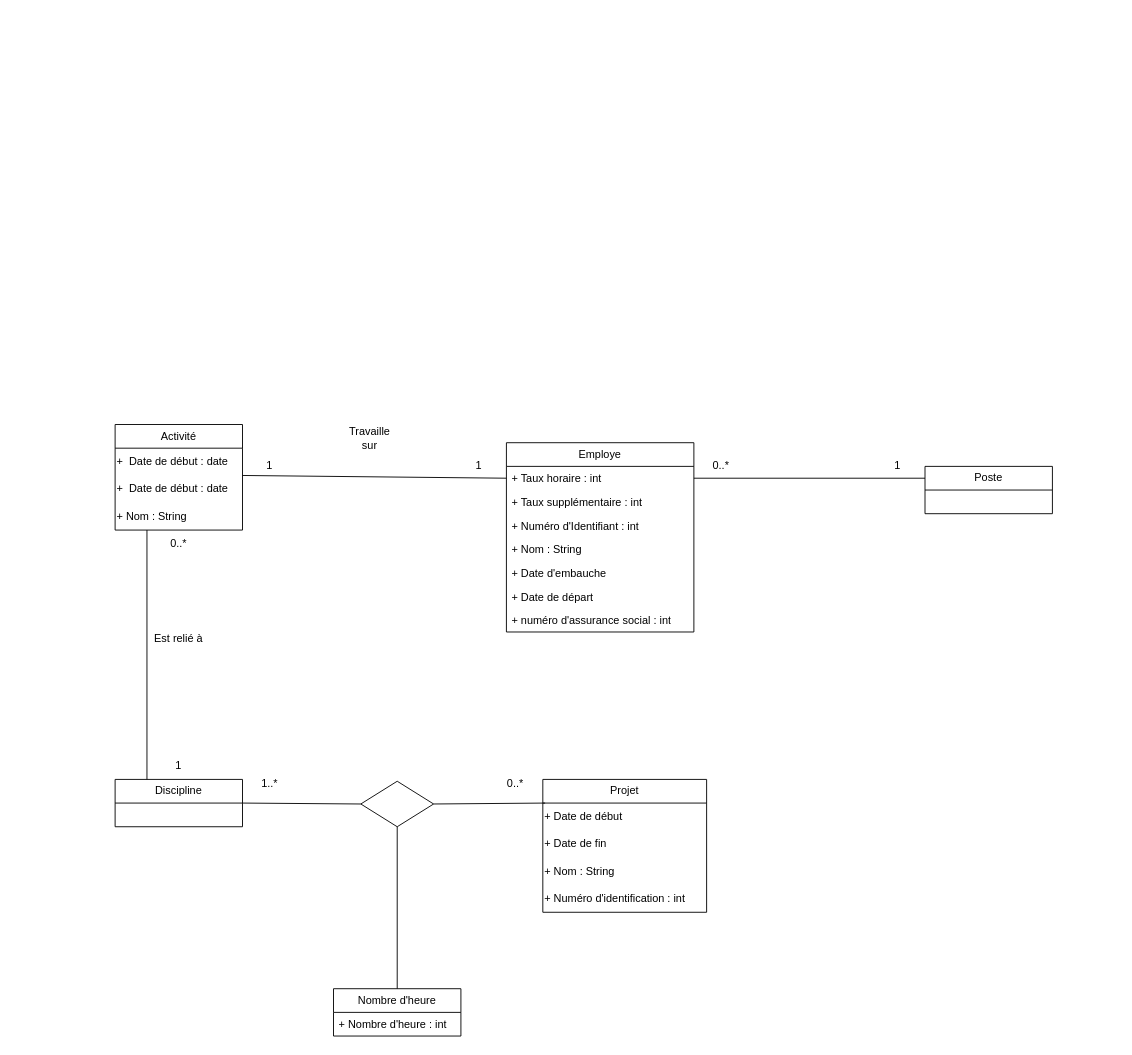
Before: page "Diagramme de classe" (2 of 5) of Untitled Diagram.drawio in Lacolombenoire/Projet-modelisation-objet, a draw.io diagram. Source tidied: cells renumbered, new cells numbered last; positions are measured from the earlier drawing's top-left corner, leaving out a move shared by most shapes. Both pictures are drawn from the tidied source at 91%, with x=0, y=0 at pixel (115, 424).
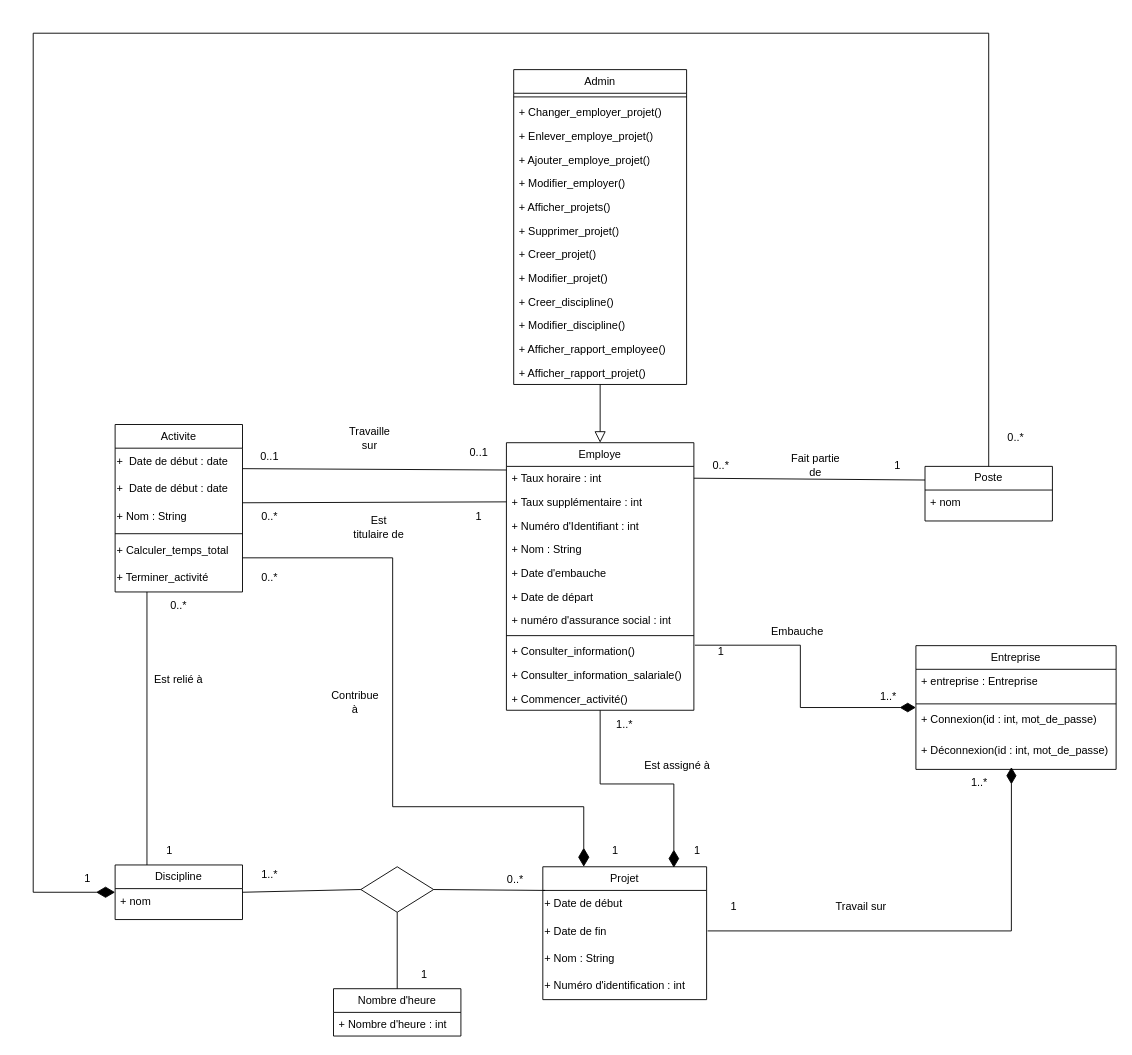
The same diagram, later.

The change refers to these unchanged cells:
```xml
<mxCell id="3" value="+&amp;nbsp; Date de début : date" style="text;html=1;align=left;verticalAlign=middle;whiteSpace=wrap;rounded=0;" parent="2" vertex="1">
  <mxGeometry y="26" width="140" height="30" as="geometry" />
</mxCell>
<mxCell id="4" value="+&amp;nbsp; Date de début : date" style="text;html=1;align=left;verticalAlign=middle;whiteSpace=wrap;rounded=0;" parent="2" vertex="1">
  <mxGeometry y="56" width="140" height="30" as="geometry" />
</mxCell>
<mxCell id="5" value="+ Nom : String" style="text;html=1;align=left;verticalAlign=middle;whiteSpace=wrap;rounded=0;" parent="2" vertex="1">
  <mxGeometry y="86" width="140" height="30" as="geometry" />
</mxCell>
<mxCell id="7" value="+ Taux horaire : int" style="text;strokeColor=none;fillColor=none;align=left;verticalAlign=top;spacingLeft=4;spacingRight=4;overflow=hidden;points=[[0,0.5],[1,0.5]];portConstraint=eastwest;whiteSpace=wrap;html=1;" parent="6" vertex="1">
  <mxGeometry y="26" width="206" height="26" as="geometry" />
</mxCell>
<mxCell id="8" value="+ Taux supplémentaire : int" style="text;strokeColor=none;fillColor=none;align=left;verticalAlign=top;spacingLeft=4;spacingRight=4;overflow=hidden;points=[[0,0.5],[1,0.5]];portConstraint=eastwest;whiteSpace=wrap;html=1;" parent="6" vertex="1">
  <mxGeometry y="52" width="206" height="26" as="geometry" />
</mxCell>
<mxCell id="25" value="+ Date de fin" style="text;html=1;align=left;verticalAlign=middle;points=[];strokeColor=none;fillColor=none;" parent="23" vertex="1">
  <mxGeometry y="56" width="180" height="30" as="geometry" />
</mxCell>
```

Change to the diagram source:
```diff
@@
-    <mxCell id="2" value="Activité" style="swimlane;fontStyle=0;horizontal=1;startSize=26;fillColor=none;whiteSpace=wrap;html=1;" parent="1" vertex="1">
-      <mxGeometry width="140" height="116" as="geometry" />
+    <mxCell id="2" value="Activite" style="swimlane;fontStyle=0;horizontal=1;startSize=26;fillColor=none;whiteSpace=wrap;html=1;" parent="1" vertex="1">
+      <mxGeometry width="140" height="184" as="geometry" />
     </mxCell>
@@
+    <mxCell id="40" style="line;strokeWidth=1;fillColor=none;align=left;verticalAlign=middle;spacingTop=-1;spacingLeft=3;spacingRight=3;labelPosition=right;strokeColor=inherit;" parent="2" vertex="1">
+      <mxGeometry y="116" width="140" height="8" as="geometry" />
+    </mxCell>
+    <mxCell id="41" value="+ Calculer_temps_total" style="text;html=1;align=left;verticalAlign=middle;whiteSpace=wrap;rounded=0;" parent="2" vertex="1">
+      <mxGeometry y="124" width="140" height="30" as="geometry" />
+    </mxCell>
+    <mxCell id="42" value="+ Terminer_activité" style="text;html=1;align=left;verticalAlign=middle;whiteSpace=wrap;rounded=0;" parent="2" vertex="1">
+      <mxGeometry y="154" width="140" height="30" as="geometry" />
+    </mxCell>
+    <mxCell id="43" style="edgeStyle=orthogonalEdgeStyle;rounded=0;jettySize=auto;html=1;entryX=0.8;entryY=0.007;entryDx=0;entryDy=0;entryPerimeter=0;endArrow=diamondThin;endFill=1;startSize=6;endSize=17;" parent="1" edge="1" source="6" target="23">
+      <mxGeometry relative="1" as="geometry" />
+    </mxCell>
     <mxCell id="6" value="Employe" style="swimlane;fontStyle=0;horizontal=1;startSize=26;fillColor=none;whiteSpace=wrap;html=1;" parent="1" vertex="1">
-      <mxGeometry x="430" y="20" width="206" height="208" as="geometry" />
+      <mxGeometry x="430" y="20" width="206" height="294" as="geometry" />
     </mxCell>
@@
+    <mxCell id="44" style="line;strokeWidth=1;fillColor=none;align=left;verticalAlign=middle;spacingTop=-1;spacingLeft=3;spacingRight=3;labelPosition=right;strokeColor=inherit;" parent="6" vertex="1">
+      <mxGeometry y="208" width="206" height="8" as="geometry" />
+    </mxCell>
+    <mxCell id="45" value="+ Consulter_information()" style="text;strokeColor=none;fillColor=none;align=left;verticalAlign=top;spacingLeft=4;spacingRight=4;overflow=hidden;points=[[0,0.5],[1,0.5]];portConstraint=eastwest;whiteSpace=wrap;html=1;" parent="6" vertex="1">
+      <mxGeometry y="216" width="206" height="26" as="geometry" />
+    </mxCell>
+    <mxCell id="46" value="+ Consulter_information_salariale()" style="text;strokeColor=none;fillColor=none;align=left;verticalAlign=top;spacingLeft=4;spacingRight=4;overflow=hidden;whiteSpace=wrap;html=1;" parent="6" vertex="1">
+      <mxGeometry y="242" width="206" height="26" as="geometry" />
+    </mxCell>
+    <mxCell id="47" value="+ Commencer_activité()" style="text;strokeColor=none;fillColor=none;align=left;verticalAlign=top;spacingLeft=4;spacingRight=4;overflow=hidden;whiteSpace=wrap;html=1;" parent="6" vertex="1">
+      <mxGeometry y="268" width="206" height="26" as="geometry" />
+    </mxCell>
-    <mxCell id="14" style="endArrow=none;html=1;rounded=0;entryX=0;entryY=0.5;entryDx=0;entryDy=0;exitX=1;exitY=0;exitDx=0;exitDy=0;" parent="1" edge="1" source="4" target="7">
+    <mxCell id="14" style="endArrow=none;html=1;rounded=0;exitX=1;exitY=0.75;exitDx=0;exitDy=0;entryX=0;entryY=0.154;entryDx=0;entryDy=0;entryPerimeter=0;" parent="1" edge="1" source="3" target="7">
       <mxGeometry relative="1" as="geometry" />
     </mxCell>
-    <mxCell id="15" value="1" style="text;html=1;align=center;verticalAlign=middle;whiteSpace=wrap;rounded=0;" parent="1" vertex="1">
-      <mxGeometry x="140" y="30" width="60" height="30" as="geometry" />
+    <mxCell id="15" value="0..1" style="text;html=1;align=center;verticalAlign=middle;whiteSpace=wrap;rounded=0;" parent="1" vertex="1">
+      <mxGeometry x="140" y="20" width="60" height="30" as="geometry" />
     </mxCell>
-    <mxCell id="16" value="1" style="text;html=1;align=center;verticalAlign=middle;whiteSpace=wrap;rounded=0;" parent="1" vertex="1">
-      <mxGeometry x="370" y="30" width="60" height="30" as="geometry" />
+    <mxCell id="16" value="0..1" style="text;html=1;align=center;verticalAlign=middle;whiteSpace=wrap;rounded=0;" parent="1" vertex="1">
+      <mxGeometry x="370" y="16" width="60" height="30" as="geometry" />
     </mxCell>
@@
     <mxCell id="18" value="Discipline" style="swimlane;fontStyle=0;horizontal=1;startSize=26;fillColor=none;whiteSpace=wrap;html=1;" parent="1" vertex="1">
-      <mxGeometry y="390" width="140" height="52" as="geometry" />
+      <mxGeometry y="484" width="140" height="60" as="geometry" />
     </mxCell>
+    <mxCell id="48" value="+ nom" style="text;strokeColor=none;fillColor=none;align=left;verticalAlign=top;spacingLeft=4;spacingRight=4;overflow=hidden;whiteSpace=wrap;html=1;" parent="18" vertex="1">
+      <mxGeometry y="26" width="140" height="34" as="geometry" />
+    </mxCell>
-    <mxCell id="19" style="endArrow=none;html=1;rounded=0;entryX=0.25;entryY=1;entryDx=0;entryDy=0;exitX=0.25;exitY=0;exitDx=0;exitDy=0;" parent="1" edge="1" source="18" target="5">
+    <mxCell id="19" style="endArrow=none;html=1;rounded=0;entryX=0.25;entryY=1;entryDx=0;entryDy=0;exitX=0.25;exitY=0;exitDx=0;exitDy=0;" parent="1" edge="1" source="18" target="42">
       <mxGeometry relative="1" as="geometry" />
     </mxCell>
     <mxCell id="20" value="0..*" style="text;html=1;align=center;verticalAlign=middle;whiteSpace=wrap;rounded=0;" parent="1" vertex="1">
-      <mxGeometry x="40" y="116" width="60" height="30" as="geometry" />
+      <mxGeometry x="40" y="184" width="60" height="30" as="geometry" />
     </mxCell>
     <mxCell id="21" value="1" style="text;html=1;align=center;verticalAlign=middle;whiteSpace=wrap;rounded=0;" parent="1" vertex="1">
-      <mxGeometry x="40" y="360" width="60" height="30" as="geometry" />
+      <mxGeometry x="30" y="454" width="60" height="30" as="geometry" />
     </mxCell>
     <mxCell id="22" value="Est relié à" style="text;html=1;align=center;verticalAlign=middle;whiteSpace=wrap;rounded=0;" parent="1" vertex="1">
-      <mxGeometry x="40" y="220" width="60" height="30" as="geometry" />
+      <mxGeometry x="40" y="265" width="60" height="30" as="geometry" />
     </mxCell>
+    <mxCell id="49" style="edgeStyle=orthogonalEdgeStyle;rounded=0;jettySize=auto;html=1;endArrow=none;endFill=0;startArrow=diamondThin;startFill=1;startSize=18;entryX=1;entryY=0.75;entryDx=0;entryDy=0;exitX=0.25;exitY=0;exitDx=0;exitDy=0;" parent="1" edge="1" source="23" target="41">
+      <mxGeometry relative="1" as="geometry">
+        <Array as="points">
+          <mxPoint x="515" y="420" />
+          <mxPoint x="305" y="420" />
+          <mxPoint x="305" y="147" />
+        </Array>
+      </mxGeometry>
+    </mxCell>
     <mxCell id="23" value="Projet" style="swimlane;fontStyle=0;horizontal=1;startSize=26;fillColor=none;whiteSpace=wrap;html=1;" parent="1" vertex="1">
-      <mxGeometry x="470" y="390" width="180" height="146" as="geometry" />
+      <mxGeometry x="470" y="486" width="180" height="146" as="geometry" />
     </mxCell>
@@
     <mxCell id="28" value="1..*" style="text;html=1;align=center;verticalAlign=middle;whiteSpace=wrap;rounded=0;" parent="1" vertex="1">
-      <mxGeometry x="140" y="380" width="60" height="30" as="geometry" />
+      <mxGeometry x="140" y="480" width="60" height="30" as="geometry" />
     </mxCell>
     <mxCell id="29" value="0..*" style="text;html=1;align=center;verticalAlign=middle;whiteSpace=wrap;rounded=0;" parent="1" vertex="1">
-      <mxGeometry x="410" y="380" width="60" height="30" as="geometry" />
+      <mxGeometry x="410" y="485" width="60" height="30" as="geometry" />
     </mxCell>
@@
     <mxCell id="33" style="rhombus;whiteSpace=wrap;html=1;" parent="1" vertex="1">
-      <mxGeometry x="270" y="392" width="80" height="50" as="geometry" />
+      <mxGeometry x="270" y="486" width="80" height="50" as="geometry" />
     </mxCell>
@@
     <mxCell id="36" value="Poste" style="swimlane;fontStyle=0;horizontal=1;startSize=26;fillColor=none;whiteSpace=wrap;html=1;" parent="1" vertex="1">
-      <mxGeometry x="890" y="46" width="140" height="52" as="geometry" />
+      <mxGeometry x="890" y="46" width="140" height="60" as="geometry" />
     </mxCell>
+    <mxCell id="50" value="+ nom" style="text;strokeColor=none;fillColor=none;align=left;verticalAlign=top;spacingLeft=4;spacingRight=4;overflow=hidden;whiteSpace=wrap;html=1;" parent="36" vertex="1">
+      <mxGeometry y="26" width="140" height="34" as="geometry" />
+    </mxCell>
@@
+    <mxCell id="51" style="endArrow=none;html=1;rounded=0;entryX=0;entryY=0.5;entryDx=0;entryDy=0;exitX=1;exitY=1;exitDx=0;exitDy=0;" parent="1" edge="1" source="4" target="8">
+      <mxGeometry relative="1" as="geometry" />
+    </mxCell>
+    <mxCell id="52" value="0..*" style="text;html=1;align=center;verticalAlign=middle;whiteSpace=wrap;rounded=0;" parent="1" vertex="1">
+      <mxGeometry x="140" y="86" width="60" height="30" as="geometry" />
+    </mxCell>
+    <mxCell id="53" value="1" style="text;html=1;align=center;verticalAlign=middle;whiteSpace=wrap;rounded=0;" parent="1" vertex="1">
+      <mxGeometry x="370" y="86" width="60" height="30" as="geometry" />
+    </mxCell>
+    <mxCell id="54" value="Est titulaire de" style="text;html=1;align=center;verticalAlign=middle;whiteSpace=wrap;rounded=0;" parent="1" vertex="1">
+      <mxGeometry x="260" y="98" width="60" height="30" as="geometry" />
+    </mxCell>
+    <mxCell id="55" style="endArrow=none;html=1;rounded=0;entryX=0.5;entryY=0;entryDx=0;entryDy=0;exitX=0;exitY=0.5;exitDx=0;exitDy=0;edgeStyle=orthogonalEdgeStyle;endFill=0;startArrow=diamondThin;startFill=1;endSize=6;startSize=18;" parent="1" edge="1" source="18" target="36">
+      <mxGeometry relative="1" as="geometry">
+        <Array as="points">
+          <mxPoint x="-90" y="514" />
+          <mxPoint x="-90" y="-430" />
+          <mxPoint x="960" y="-430" />
+        </Array>
+      </mxGeometry>
+    </mxCell>
+    <mxCell id="56" value="Fait partie de" style="text;html=1;align=center;verticalAlign=middle;whiteSpace=wrap;rounded=0;" parent="1" vertex="1">
+      <mxGeometry x="740" y="30" width="60" height="30" as="geometry" />
+    </mxCell>
+    <mxCell id="57" value="1" style="text;html=1;align=center;verticalAlign=middle;whiteSpace=wrap;rounded=0;" parent="1" vertex="1">
+      <mxGeometry x="-60" y="484" width="60" height="30" as="geometry" />
+    </mxCell>
+    <mxCell id="58" value="0..*" style="text;html=1;align=center;verticalAlign=middle;whiteSpace=wrap;rounded=0;" parent="1" vertex="1">
+      <mxGeometry x="960" width="60" height="30" as="geometry" />
+    </mxCell>
+    <mxCell id="59" value="Contribue à" style="text;html=1;align=center;verticalAlign=middle;whiteSpace=wrap;rounded=0;" parent="1" vertex="1">
+      <mxGeometry x="234" y="290" width="60" height="30" as="geometry" />
+    </mxCell>
+    <mxCell id="60" value="1" style="text;html=1;align=center;verticalAlign=middle;whiteSpace=wrap;rounded=0;" parent="1" vertex="1">
+      <mxGeometry x="520" y="454" width="60" height="30" as="geometry" />
+    </mxCell>
+    <mxCell id="61" value="0..*" style="text;html=1;align=center;verticalAlign=middle;whiteSpace=wrap;rounded=0;" parent="1" vertex="1">
+      <mxGeometry x="140" y="154" width="60" height="30" as="geometry" />
+    </mxCell>
+    <mxCell id="62" value="Entreprise" style="swimlane;fontStyle=0;horizontal=1;startSize=26;fillColor=none;whiteSpace=wrap;html=1;" parent="1" vertex="1">
+      <mxGeometry x="880" y="243" width="220" height="136" as="geometry" />
+    </mxCell>
+    <mxCell id="63" value="+ entreprise : Entreprise" style="text;strokeColor=none;fillColor=none;align=left;verticalAlign=top;spacingLeft=4;spacingRight=4;overflow=hidden;whiteSpace=wrap;html=1;" parent="62" vertex="1">
+      <mxGeometry y="26" width="220" height="34" as="geometry" />
+    </mxCell>
+    <mxCell id="64" style="line;strokeWidth=1;fillColor=none;align=left;verticalAlign=middle;spacingTop=-1;spacingLeft=3;spacingRight=3;labelPosition=right;strokeColor=inherit;" parent="62" vertex="1">
+      <mxGeometry y="60" width="220" height="8" as="geometry" />
+    </mxCell>
+    <mxCell id="65" value="+ Connexion(id : int, mot_de_passe)" style="text;strokeColor=none;fillColor=none;align=left;verticalAlign=top;spacingLeft=4;spacingRight=4;overflow=hidden;whiteSpace=wrap;html=1;" parent="62" vertex="1">
+      <mxGeometry y="68" width="220" height="34" as="geometry" />
+    </mxCell>
+    <mxCell id="66" value="+ Déconnexion(id : int, mot_de_passe)" style="text;strokeColor=none;fillColor=none;align=left;verticalAlign=top;spacingLeft=4;spacingRight=4;overflow=hidden;points=[[0,0.5],[1,0.5]];portConstraint=eastwest;whiteSpace=wrap;html=1;" parent="62" vertex="1">
+      <mxGeometry y="102" width="220" height="34" as="geometry" />
+    </mxCell>
+    <mxCell id="67" style="edgeStyle=orthogonalEdgeStyle;rounded=0;jettySize=auto;html=1;entryX=1.005;entryY=0.25;entryDx=0;entryDy=0;entryPerimeter=0;endArrow=none;endFill=0;startArrow=diamondThin;startFill=1;startSize=15;" parent="1" edge="1" source="62" target="45">
+      <mxGeometry relative="1" as="geometry" />
+    </mxCell>
+    <mxCell id="68" value="1..*" style="text;html=1;align=center;verticalAlign=middle;whiteSpace=wrap;rounded=0;" parent="1" vertex="1">
+      <mxGeometry x="820" y="284" width="60" height="30" as="geometry" />
+    </mxCell>
+    <mxCell id="69" value="1" style="text;html=1;align=center;verticalAlign=middle;whiteSpace=wrap;rounded=0;" parent="1" vertex="1">
+      <mxGeometry x="636" y="235" width="60" height="30" as="geometry" />
+    </mxCell>
+    <mxCell id="70" style="rounded=0;jettySize=auto;html=1;edgeStyle=orthogonalEdgeStyle;entryX=1.006;entryY=0.483;entryDx=0;entryDy=0;entryPerimeter=0;endArrow=none;endFill=0;startArrow=diamondThin;startFill=1;endSize=6;startSize=16;exitX=0.477;exitY=0.926;exitDx=0;exitDy=0;exitPerimeter=0;" parent="1" edge="1" source="66" target="25">
+      <mxGeometry relative="1" as="geometry">
+        <Array as="points">
+          <mxPoint x="985" y="557" />
+        </Array>
+      </mxGeometry>
+    </mxCell>
+    <mxCell id="71" value="Embauche" style="text;html=1;align=center;verticalAlign=middle;whiteSpace=wrap;rounded=0;" parent="1" vertex="1">
+      <mxGeometry x="720" y="213" width="60" height="30" as="geometry" />
+    </mxCell>
+    <mxCell id="72" value="1..*" style="text;html=1;align=center;verticalAlign=middle;whiteSpace=wrap;rounded=0;" parent="1" vertex="1">
+      <mxGeometry x="920" y="379" width="60" height="30" as="geometry" />
+    </mxCell>
+    <mxCell id="73" value="1" style="text;html=1;align=center;verticalAlign=middle;whiteSpace=wrap;rounded=0;" parent="1" vertex="1">
+      <mxGeometry x="650" y="515" width="60" height="30" as="geometry" />
+    </mxCell>
+    <mxCell id="74" value="Travail sur" style="text;html=1;align=center;verticalAlign=middle;whiteSpace=wrap;rounded=0;" parent="1" vertex="1">
+      <mxGeometry x="790" y="515" width="60" height="30" as="geometry" />
+    </mxCell>
+    <mxCell id="75" style="edgeStyle=orthogonalEdgeStyle;rounded=0;jettySize=auto;html=1;entryX=0.5;entryY=0;entryDx=0;entryDy=0;endArrow=block;endFill=0;endSize=10;" parent="1" edge="1" source="76" target="6">
+      <mxGeometry relative="1" as="geometry" />
+    </mxCell>
+    <mxCell id="76" value="Admin" style="swimlane;fontStyle=0;horizontal=1;startSize=26;fillColor=none;whiteSpace=wrap;html=1;" parent="1" vertex="1">
+      <mxGeometry x="438" y="-390" width="190" height="346" as="geometry" />
+    </mxCell>
+    <mxCell id="77" style="line;strokeWidth=1;fillColor=none;align=left;verticalAlign=middle;spacingTop=-1;spacingLeft=3;spacingRight=3;labelPosition=right;strokeColor=inherit;" parent="76" vertex="1">
+      <mxGeometry y="26" width="190" height="8" as="geometry" />
+    </mxCell>
+    <mxCell id="78" value="+ Changer_employer_projet()" style="text;strokeColor=none;fillColor=none;align=left;verticalAlign=top;spacingLeft=4;spacingRight=4;overflow=hidden;whiteSpace=wrap;html=1;" parent="76" vertex="1">
+      <mxGeometry y="34" width="190" height="26" as="geometry" />
+    </mxCell>
+    <mxCell id="79" value="+ Enlever_employe_projet()" style="text;strokeColor=none;fillColor=none;align=left;verticalAlign=top;spacingLeft=4;spacingRight=4;overflow=hidden;whiteSpace=wrap;html=1;" parent="76" vertex="1">
+      <mxGeometry y="60" width="190" height="26" as="geometry" />
+    </mxCell>
+    <mxCell id="80" value="+ Ajouter_employe_projet()" style="text;strokeColor=none;fillColor=none;align=left;verticalAlign=top;spacingLeft=4;spacingRight=4;overflow=hidden;whiteSpace=wrap;html=1;" parent="76" vertex="1">
+      <mxGeometry y="86" width="190" height="26" as="geometry" />
+    </mxCell>
+    <mxCell id="81" value="+ Modifier_employer()" style="text;strokeColor=none;fillColor=none;align=left;verticalAlign=top;spacingLeft=4;spacingRight=4;overflow=hidden;whiteSpace=wrap;html=1;" parent="76" vertex="1">
+      <mxGeometry y="112" width="190" height="26" as="geometry" />
+    </mxCell>
+    <mxCell id="82" value="+ Afficher_projets()" style="text;strokeColor=none;fillColor=none;align=left;verticalAlign=top;spacingLeft=4;spacingRight=4;overflow=hidden;whiteSpace=wrap;html=1;" parent="76" vertex="1">
+      <mxGeometry y="138" width="190" height="26" as="geometry" />
+    </mxCell>
+    <mxCell id="83" value="+ Supprimer_projet()" style="text;strokeColor=none;fillColor=none;align=left;verticalAlign=top;spacingLeft=4;spacingRight=4;overflow=hidden;whiteSpace=wrap;html=1;" parent="76" vertex="1">
+      <mxGeometry y="164" width="190" height="26" as="geometry" />
+    </mxCell>
+    <mxCell id="84" value="+ Creer_projet()" style="text;strokeColor=none;fillColor=none;align=left;verticalAlign=top;spacingLeft=4;spacingRight=4;overflow=hidden;whiteSpace=wrap;html=1;" parent="76" vertex="1">
+      <mxGeometry y="190" width="190" height="26" as="geometry" />
+    </mxCell>
+    <mxCell id="85" value="+ Modifier_projet()" style="text;strokeColor=none;fillColor=none;align=left;verticalAlign=top;spacingLeft=4;spacingRight=4;overflow=hidden;whiteSpace=wrap;html=1;" parent="76" vertex="1">
+      <mxGeometry y="216" width="190" height="26" as="geometry" />
+    </mxCell>
+    <mxCell id="86" value="+ Creer_discipline()" style="text;strokeColor=none;fillColor=none;align=left;verticalAlign=top;spacingLeft=4;spacingRight=4;overflow=hidden;whiteSpace=wrap;html=1;" parent="76" vertex="1">
+      <mxGeometry y="242" width="190" height="26" as="geometry" />
+    </mxCell>
+    <mxCell id="87" value="+ Modifier_discipline()" style="text;strokeColor=none;fillColor=none;align=left;verticalAlign=top;spacingLeft=4;spacingRight=4;overflow=hidden;whiteSpace=wrap;html=1;" parent="76" vertex="1">
+      <mxGeometry y="268" width="190" height="26" as="geometry" />
+    </mxCell>
+    <mxCell id="88" value="+ Afficher_rapport_employee()" style="text;strokeColor=none;fillColor=none;align=left;verticalAlign=top;spacingLeft=4;spacingRight=4;overflow=hidden;whiteSpace=wrap;html=1;" parent="76" vertex="1">
+      <mxGeometry y="294" width="190" height="26" as="geometry" />
+    </mxCell>
+    <mxCell id="89" value="+ Afficher_rapport_projet()" style="text;strokeColor=none;fillColor=none;align=left;verticalAlign=top;spacingLeft=4;spacingRight=4;overflow=hidden;whiteSpace=wrap;html=1;" parent="76" vertex="1">
+      <mxGeometry y="320" width="190" height="26" as="geometry" />
+    </mxCell>
+    <mxCell id="90" value="1..*" style="text;html=1;align=center;verticalAlign=middle;whiteSpace=wrap;rounded=0;" parent="1" vertex="1">
+      <mxGeometry x="530" y="315" width="60" height="30" as="geometry" />
+    </mxCell>
+    <mxCell id="91" value="1" style="text;html=1;align=center;verticalAlign=middle;whiteSpace=wrap;rounded=0;" parent="1" vertex="1">
+      <mxGeometry x="610" y="454" width="60" height="30" as="geometry" />
+    </mxCell>
+    <mxCell id="92" value="Est assigné à" style="text;html=1;align=center;verticalAlign=middle;whiteSpace=wrap;rounded=0;" parent="1" vertex="1">
+      <mxGeometry x="576" y="360" width="84" height="30" as="geometry" />
+    </mxCell>
+    <mxCell id="93" value="1" style="text;html=1;align=center;verticalAlign=middle;whiteSpace=wrap;rounded=0;" parent="1" vertex="1">
+      <mxGeometry x="310" y="590" width="60" height="30" as="geometry" />
+    </mxCell>
```
